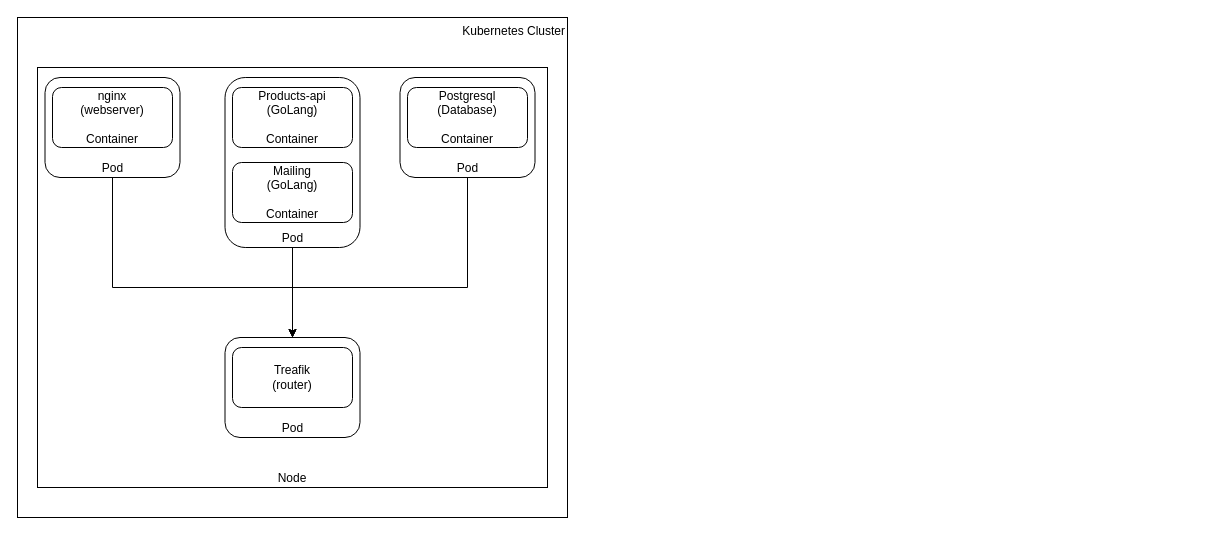
luukvankooten/draw.io keeps this draw.io diagram as page "Page-10" (10 of 10) of cli app.drawio. Above is the earlier version. Source tidied: cells renumbered, new cells numbered last; positions are measured from the earlier drawing's top-left corner, leaving out a move shared by most shapes. Both pictures are drawn from the tidied source at 100%, with x=0, y=0 at pixel (17, 17).
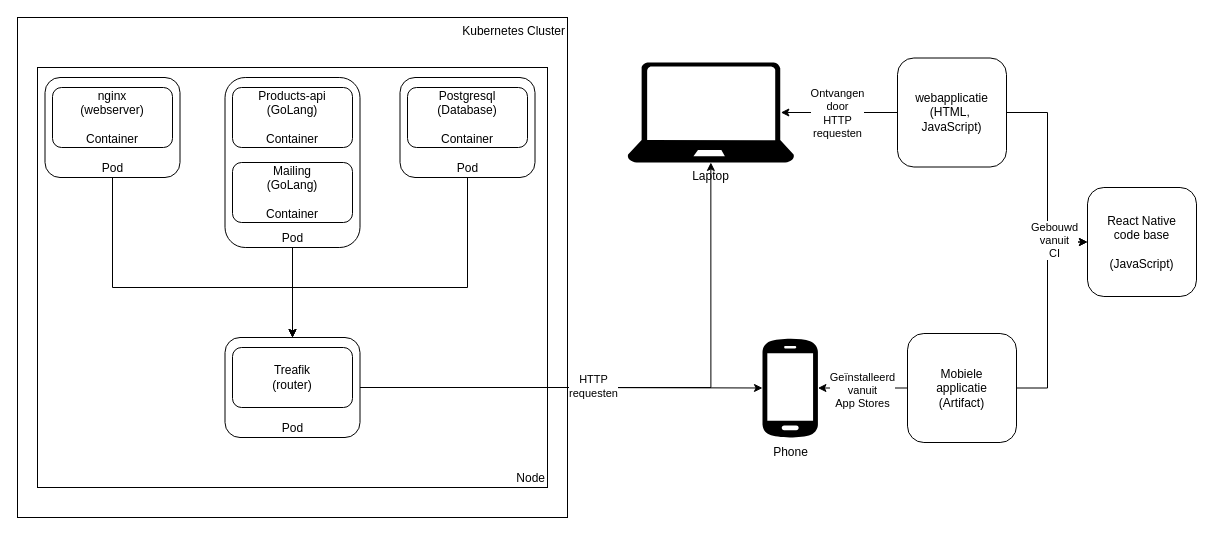
After the change.

The change refers to these unchanged cells:
```xml
<mxCell id="14" value="Pod" style="rounded=1;whiteSpace=wrap;html=1;verticalAlign=bottom;" parent="1" vertex="1">
  <mxGeometry x="207.5" y="320" width="135" height="100" as="geometry" />
</mxCell>
```

Diff of the diagram source:
```diff
@@
-    <mxCell id="3" value="Node" style="rounded=0;whiteSpace=wrap;html=1;verticalAlign=bottom;" parent="1" vertex="1">
+    <mxCell id="3" value="Node" style="rounded=0;whiteSpace=wrap;html=1;verticalAlign=bottom;align=right;" parent="1" vertex="1">
       <mxGeometry x="20" y="50" width="510" height="420" as="geometry" />
     </mxCell>
@@
+    <mxCell id="16" style="edgeStyle=orthogonalEdgeStyle;rounded=0;jettySize=auto;html=1;" parent="1" edge="1" source="14" target="19">
+      <mxGeometry relative="1" as="geometry" />
+    </mxCell>
@@
+    <mxCell id="17" style="edgeStyle=orthogonalEdgeStyle;rounded=0;jettySize=auto;html=1;startArrow=classic;startFill=1;endArrow=none;endFill=0;" parent="1" edge="1" source="19" target="25">
+      <mxGeometry relative="1" as="geometry" />
+    </mxCell>
+    <mxCell id="18" value="&lt;div&gt;Geïnstalleerd&lt;/div&gt;&lt;div&gt;vanuit&lt;/div&gt;&lt;div&gt;App Stores&lt;br&gt;&lt;/div&gt;" style="edgeLabel;html=1;align=center;verticalAlign=middle;" parent="17" vertex="1">
+      <mxGeometry x="-0.01" y="-1" relative="1" as="geometry">
+        <mxPoint y="1" as="offset" />
+      </mxGeometry>
+    </mxCell>
+    <mxCell id="19" value="Phone" style="sketch=0;shadow=0;dashed=0;html=1;strokeColor=none;fillColor=#000000;labelPosition=center;verticalLabelPosition=bottom;verticalAlign=top;outlineConnect=0;align=center;shape=mxgraph.office.devices.cell_phone_android_proportional;" parent="1" vertex="1">
+      <mxGeometry x="745" y="320" width="55.4" height="101" as="geometry" />
+    </mxCell>
+    <mxCell id="20" value="&lt;div&gt;Laptop&lt;/div&gt;" style="verticalLabelPosition=bottom;html=1;verticalAlign=top;align=center;strokeColor=none;fillColor=#000000;shape=mxgraph.azure.laptop;" parent="1" vertex="1">
+      <mxGeometry x="610" y="45" width="166.7" height="100" as="geometry" />
+    </mxCell>
+    <mxCell id="21" style="edgeStyle=orthogonalEdgeStyle;rounded=0;jettySize=auto;html=1;entryX=0;entryY=0.5;entryDx=0;entryDy=0;" parent="1" edge="1" source="22" target="26">
+      <mxGeometry relative="1" as="geometry">
+        <Array as="points">
+          <mxPoint x="1030" y="95" />
+          <mxPoint x="1030" y="225" />
+        </Array>
+      </mxGeometry>
+    </mxCell>
+    <mxCell id="22" value="&lt;div&gt;webapplicatie&lt;/div&gt;&lt;div&gt;(HTML,&amp;nbsp;&lt;/div&gt;&lt;div&gt;JavaScript)&lt;br&gt;&lt;/div&gt;" style="rounded=1;whiteSpace=wrap;html=1;" parent="1" vertex="1">
+      <mxGeometry x="880" y="40.5" width="109" height="109" as="geometry" />
+    </mxCell>
+    <mxCell id="23" style="edgeStyle=orthogonalEdgeStyle;rounded=0;jettySize=auto;html=1;entryX=0;entryY=0.5;entryDx=0;entryDy=0;exitX=1;exitY=0.5;exitDx=0;exitDy=0;" parent="1" edge="1" source="25" target="26">
+      <mxGeometry relative="1" as="geometry">
+        <Array as="points">
+          <mxPoint x="1030" y="371" />
+          <mxPoint x="1030" y="225" />
+        </Array>
+      </mxGeometry>
+    </mxCell>
+    <mxCell id="24" value="&lt;div&gt;Gebouwd&lt;/div&gt;&lt;div&gt;vanuit&lt;br&gt;&lt;/div&gt;&lt;div&gt;CI&lt;/div&gt;" style="edgeLabel;html=1;align=center;verticalAlign=middle;" parent="23" vertex="1">
+      <mxGeometry x="0.7" y="-1" relative="1" as="geometry">
+        <mxPoint x="-1" y="-3" as="offset" />
+      </mxGeometry>
+    </mxCell>
+    <mxCell id="25" value="&lt;div&gt;Mobiele&lt;/div&gt;&lt;div&gt;applicatie&lt;/div&gt;(Artifact)" style="rounded=1;whiteSpace=wrap;html=1;" parent="1" vertex="1">
+      <mxGeometry x="890" y="316" width="109" height="109" as="geometry" />
+    </mxCell>
+    <mxCell id="26" value="&lt;div&gt;React Native&lt;/div&gt;&lt;div&gt;code base&lt;br&gt;&lt;/div&gt;&lt;div&gt;&lt;br&gt;&lt;/div&gt;&lt;div&gt;(JavaScript)&lt;br&gt;&lt;/div&gt;" style="rounded=1;whiteSpace=wrap;html=1;" parent="1" vertex="1">
+      <mxGeometry x="1070" y="170" width="109" height="109" as="geometry" />
+    </mxCell>
+    <mxCell id="27" style="edgeStyle=orthogonalEdgeStyle;rounded=0;jettySize=auto;html=1;entryX=0.5;entryY=1;entryDx=0;entryDy=0;entryPerimeter=0;" parent="1" edge="1" source="14" target="20">
+      <mxGeometry relative="1" as="geometry">
+        <Array as="points">
+          <mxPoint x="693" y="370" />
+        </Array>
+      </mxGeometry>
+    </mxCell>
+    <mxCell id="28" value="&lt;div&gt;HTTP&lt;/div&gt;&lt;div&gt;requesten&lt;/div&gt;" style="edgeLabel;html=1;align=center;verticalAlign=middle;" parent="27" vertex="1">
+      <mxGeometry x="-0.19" y="2" relative="1" as="geometry" />
+    </mxCell>
+    <mxCell id="29" style="edgeStyle=orthogonalEdgeStyle;rounded=0;jettySize=auto;html=1;entryX=0.92;entryY=0.5;entryDx=0;entryDy=0;entryPerimeter=0;" parent="1" edge="1" source="22" target="20">
+      <mxGeometry relative="1" as="geometry" />
+    </mxCell>
+    <mxCell id="30" value="&lt;div&gt;Ontvangen&lt;/div&gt;&lt;div&gt;door&lt;/div&gt;&lt;div&gt;HTTP&lt;/div&gt;&lt;div&gt;requesten&lt;br&gt;&lt;/div&gt;" style="edgeLabel;html=1;align=center;verticalAlign=middle;" parent="29" vertex="1">
+      <mxGeometry x="0.14" y="5" relative="1" as="geometry">
+        <mxPoint x="5" y="-5" as="offset" />
+      </mxGeometry>
+    </mxCell>
```
